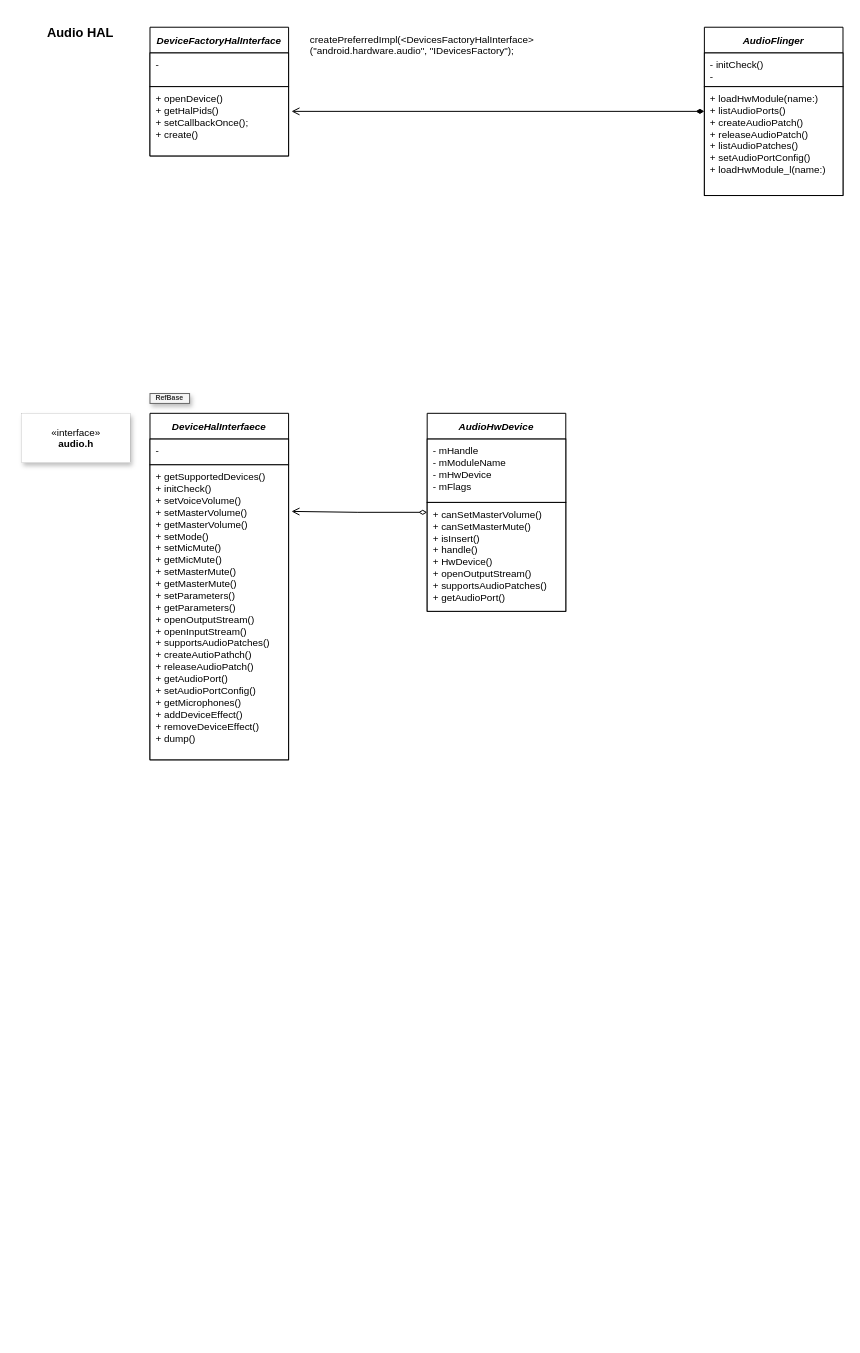
lchy0113/rk_develop keeps this draw.io diagram as page "Audio_HAL" (5 of 5) of drawio/ALSA.drawio. Above is the earlier version. Source tidied: cells renumbered, new cells numbered last; positions are measured from the earlier drawing's top-left corner, leaving out a move shared by most shapes. Both pictures are drawn from the tidied source at 99%, with x=0, y=0 at pixel (21, 17).
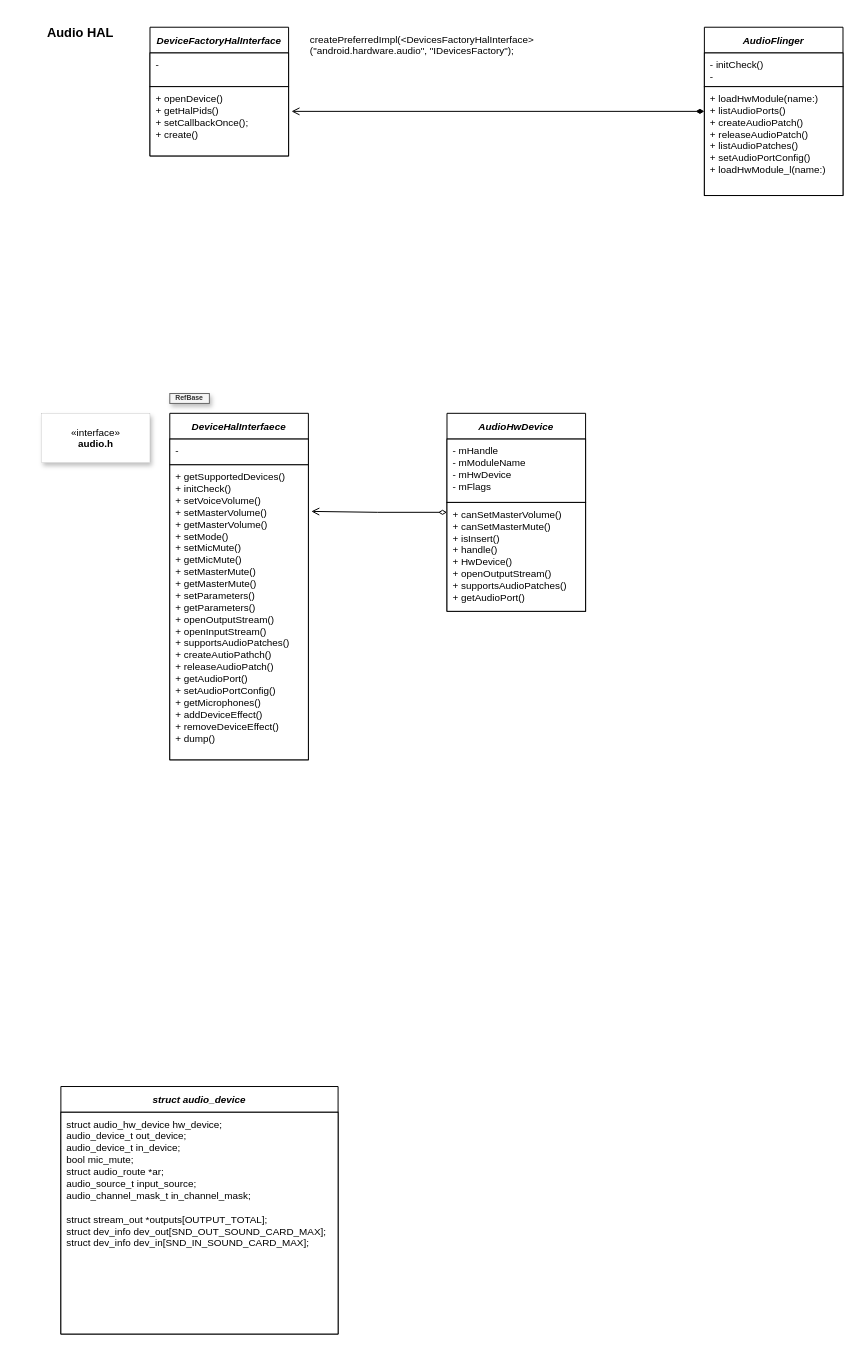
After the change.

Diff of the diagram source:
```diff
@@
     <mxCell id="2" value="DeviceHalInterfaece" style="swimlane;fontStyle=3;horizontal=1;startSize=26;fillColor=default;fontSize=10;shadow=0;glass=0;" parent="1" vertex="1">
-      <mxGeometry x="130" y="400" width="140" height="350" as="geometry" />
+      <mxGeometry x="150" y="400" width="140" height="350" as="geometry" />
     </mxCell>
@@
     <mxCell id="5" value="RefBase" style="text;align=center;fontStyle=1;verticalAlign=middle;spacingLeft=3;spacingRight=3;fontSize=7;fillColor=#f5f5f5;fontColor=#333333;strokeColor=#666666;shadow=1;" parent="1" vertex="1">
-      <mxGeometry x="130" y="380" width="40" height="10" as="geometry" />
+      <mxGeometry x="150" y="380" width="40" height="10" as="geometry" />
     </mxCell>
@@
     <mxCell id="7" value="AudioHwDevice" style="swimlane;fontStyle=3;horizontal=1;startSize=26;fillColor=default;fontSize=10;shadow=0;glass=0;" parent="1" vertex="1">
-      <mxGeometry x="410" y="400" width="140" height="200" as="geometry" />
+      <mxGeometry x="430" y="400" width="140" height="200" as="geometry" />
     </mxCell>
@@
     <mxCell id="19" value="«interface»&lt;br&gt;&lt;b&gt;audio.h&lt;/b&gt;" style="html=1;shadow=1;glass=0;strokeColor=default;strokeWidth=0;fontSize=10;fillColor=default;" parent="1" vertex="1">
-      <mxGeometry y="400" width="110" height="50" as="geometry" />
+      <mxGeometry x="20" y="400" width="110" height="50" as="geometry" />
     </mxCell>
+    <mxCell id="20" value="struct audio_device" style="swimlane;fontStyle=3;horizontal=1;startSize=26;fillColor=default;fontSize=10;shadow=0;glass=0;" parent="1" vertex="1">
+      <mxGeometry x="40" y="1080" width="280" height="250" as="geometry" />
+    </mxCell>
+    <mxCell id="21" value="struct audio_hw_device hw_device;&#10;audio_device_t out_device;&#10;audio_device_t in_device;&#10;bool mic_mute;&#10;struct audio_route *ar;&#10;audio_source_t input_source;&#10;audio_channel_mask_t in_channel_mask;&#10;&#10;struct stream_out *outputs[OUTPUT_TOTAL];&#10;struct dev_info dev_out[SND_OUT_SOUND_CARD_MAX];&#10;struct dev_info dev_in[SND_IN_SOUND_CARD_MAX];&#10;" style="text;strokeColor=default;fillColor=default;align=left;verticalAlign=top;spacingLeft=4;spacingRight=4;overflow=hidden;shadow=0;glass=0;fontSize=10;" parent="20" vertex="1">
+      <mxGeometry y="26" width="280" height="224" as="geometry" />
+    </mxCell>
```
